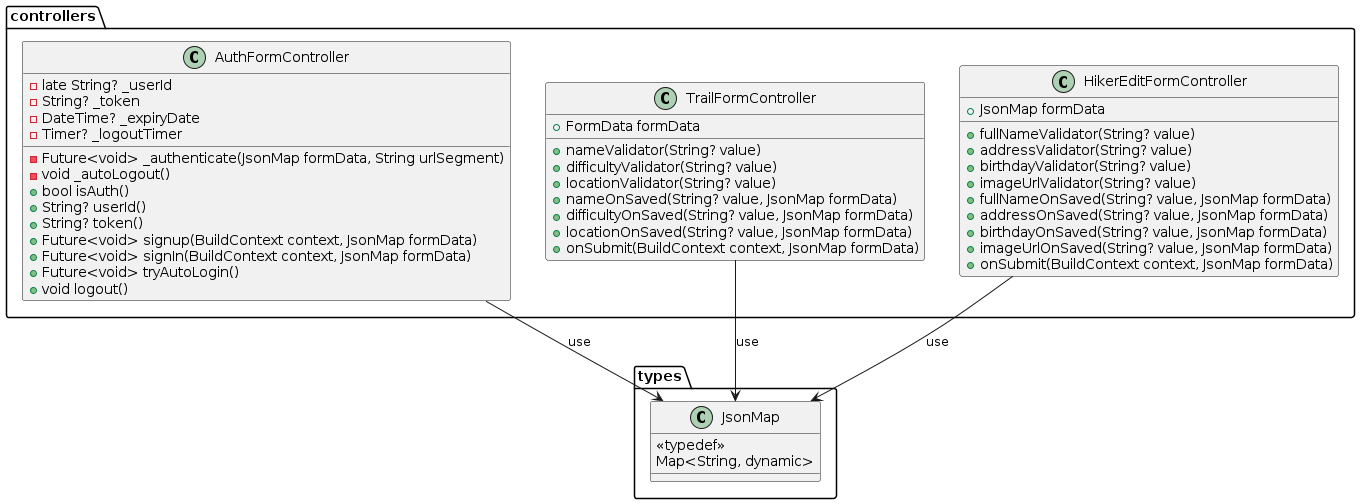
Earlier version of the PlantUML export docs/diagrams/out/pe_na_pedra_class_diagram_4.png (tiagors09/pe_na_pedra).
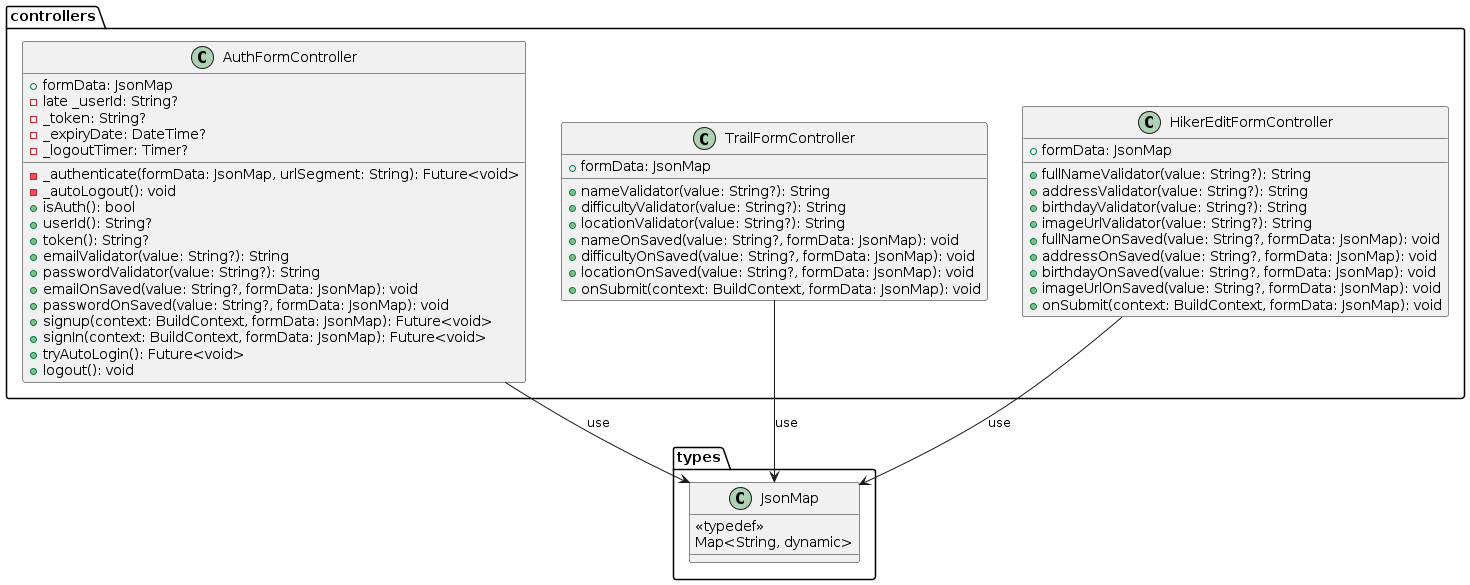
Later version of the same file.

Commit message:
feat: :sparkles: export class diagrams to png

What changed in the source:
```diff
@@ -8,44 +8,49 @@
 
 package controllers {
   class AuthFormController {
-    - late String? _userId
-    - String? _token
-    - DateTime? _expiryDate
-    - Timer? _logoutTimer
+    + formData: JsonMap
+    - late _userId: String?
+    - _token: String?
+    - _expiryDate: DateTime?
+    - _logoutTimer: Timer?
 
-    - Future<void> _authenticate(JsonMap formData, String urlSegment)
-    - void _autoLogout()
-    + bool isAuth()
-    + String? userId()
-    + String? token()
-    + Future<void> signup(BuildContext context, JsonMap formData)
-    + Future<void> signIn(BuildContext context, JsonMap formData)
-    + Future<void> tryAutoLogin()
-    + void logout()
+    - _authenticate(formData: JsonMap, urlSegment: String): Future<void>
+    - _autoLogout(): void
+    + isAuth(): bool
+    + userId(): String?
+    + token(): String?
+    + emailValidator(value: String?): String
+    + passwordValidator(value: String?): String
+    + emailOnSaved(value: String?, formData: JsonMap): void
+    + passwordOnSaved(value: String?, formData: JsonMap): void
+    + signup(context: BuildContext, formData: JsonMap): Future<void>
+    + signIn(context: BuildContext, formData: JsonMap): Future<void>
+    + tryAutoLogin(): Future<void>
+    + logout(): void
   }
 
   class TrailFormController {
-    + FormData formData
-    + nameValidator(String? value)
-    + difficultyValidator(String? value)
-    + locationValidator(String? value)
-    + nameOnSaved(String? value, JsonMap formData)
-    + difficultyOnSaved(String? value, JsonMap formData)
-    + locationOnSaved(String? value, JsonMap formData)
-    + onSubmit(BuildContext context, JsonMap formData)
+    + formData: JsonMap
+    + nameValidator(value: String?): String
+    + difficultyValidator(value: String?): String
+    + locationValidator(value: String?): String
+    + nameOnSaved(value: String?, formData: JsonMap): void
+    + difficultyOnSaved(value: String?, formData: JsonMap): void
+    + locationOnSaved(value: String?, formData: JsonMap): void
+    + onSubmit(context: BuildContext, formData: JsonMap): void
   }
 
   class HikerEditFormController {
-    + JsonMap formData
-    + fullNameValidator(String? value)
-    + addressValidator(String? value)
-    + birthdayValidator(String? value)
-    + imageUrlValidator(String? value)
-    + fullNameOnSaved(String? value, JsonMap formData)
-    + addressOnSaved(String? value, JsonMap formData)
-    + birthdayOnSaved(String? value, JsonMap formData)
-    + imageUrlOnSaved(String? value, JsonMap formData)
-    + onSubmit(BuildContext context, JsonMap formData)
+    + formData: JsonMap
+    + fullNameValidator(value: String?): String
+    + addressValidator(value: String?): String
+    + birthdayValidator(value: String?): String
+    + imageUrlValidator(value: String?): String
+    + fullNameOnSaved(value: String?, formData: JsonMap): void
+    + addressOnSaved(value: String?, formData: JsonMap): void
+    + birthdayOnSaved(value: String?, formData: JsonMap): void
+    + imageUrlOnSaved(value: String?, formData: JsonMap): void
+    + onSubmit(context: BuildContext, formData: JsonMap): void
   }
 }
 
```
